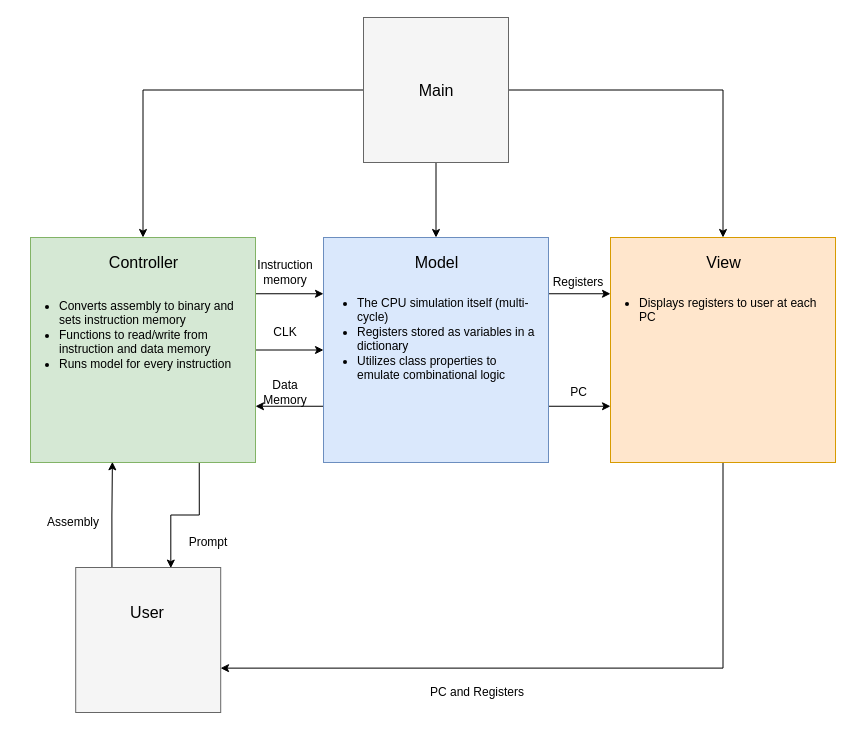
This is RISC-Vsim.drawio from thegalaxykat/RISC-V-python-simulation, a draw.io file, before an edit. Source tidied: cells renumbered, new cells numbered last; positions are measured from the earlier drawing's top-left corner, leaving out a move shared by most shapes. Both pictures are drawn from the tidied source at 100%, with x=0, y=0 at pixel (17, 17).
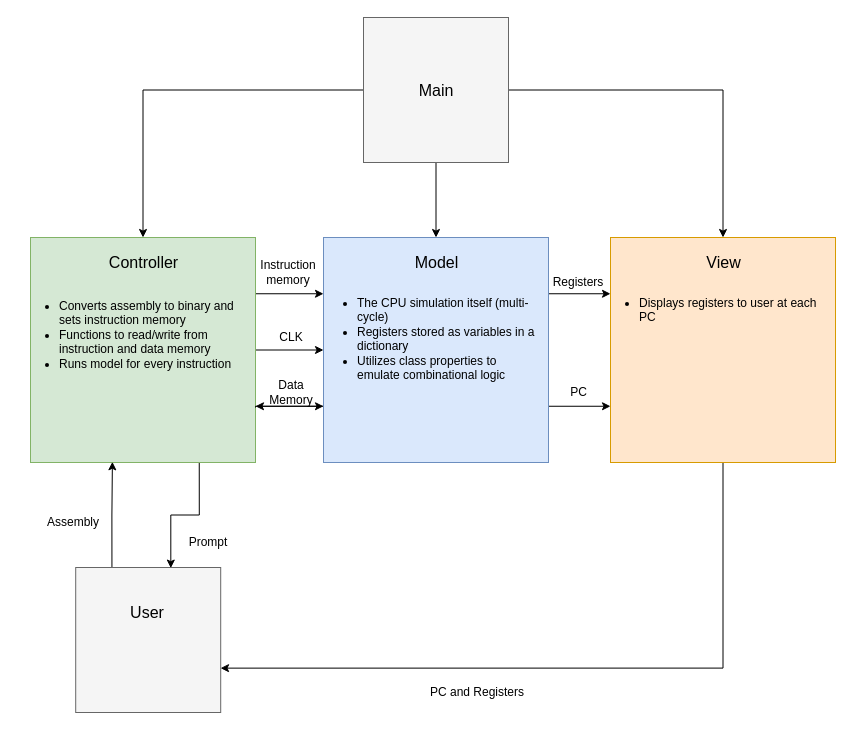
The same diagram, later.

Unchanged cells that the change refers to:
```xml
<mxCell id="5" style="whiteSpace=wrap;html=1;fillColor=#dae8fc;strokeColor=#6c8ebf;" parent="1" vertex="1">
  <mxGeometry x="306" y="220" width="225" height="225" as="geometry" />
</mxCell>
```

Change to the diagram source:
```diff
@@
     <mxCell id="28" value="&lt;div&gt;Instruction&lt;/div&gt;&lt;div&gt;memory&lt;br&gt;&lt;/div&gt;" style="text;html=1;strokeColor=none;fillColor=none;align=center;verticalAlign=middle;whiteSpace=wrap;rounded=0;strokeWidth=3;fontSize=12;" parent="1" vertex="1">
-      <mxGeometry x="238" y="240" width="60" height="30" as="geometry" />
+      <mxGeometry x="236" y="240" width="70" height="30" as="geometry" />
     </mxCell>
     <mxCell id="29" value="CLK" style="text;html=1;strokeColor=none;fillColor=none;align=center;verticalAlign=middle;whiteSpace=wrap;rounded=0;strokeWidth=3;fontSize=12;" parent="1" vertex="1">
-      <mxGeometry x="238" y="300" width="60" height="30" as="geometry" />
+      <mxGeometry x="238" y="310" width="72" height="20" as="geometry" />
     </mxCell>
+    <mxCell id="34" style="edgeStyle=orthogonalEdgeStyle;rounded=0;jettySize=auto;html=1;exitX=0;exitY=1;exitDx=0;exitDy=0;fontSize=12;entryX=0;entryY=0.75;entryDx=0;entryDy=0;" parent="1" edge="1" source="30" target="5">
+      <mxGeometry relative="1" as="geometry">
+        <Array as="points">
+          <mxPoint x="238" y="389" />
+        </Array>
+      </mxGeometry>
+    </mxCell>
     <mxCell id="30" value="Data Memory" style="text;html=1;strokeColor=none;fillColor=none;align=center;verticalAlign=middle;whiteSpace=wrap;rounded=0;strokeWidth=3;fontSize=12;" parent="1" vertex="1">
-      <mxGeometry x="238" y="360" width="60" height="30" as="geometry" />
+      <mxGeometry x="238" y="360" width="72" height="30" as="geometry" />
     </mxCell>
     <mxCell id="31" value="&lt;ul&gt;&lt;li&gt;The CPU simulation itself (multi-cycle)&lt;br&gt;&lt;/li&gt;&lt;li&gt;Registers stored as variables in a dictionary&lt;/li&gt;&lt;li&gt;Utilizes class properties to emulate combinational logic&lt;br&gt;&lt;/li&gt;&lt;/ul&gt;" style="text;html=1;strokeColor=none;fillColor=none;align=left;verticalAlign=top;whiteSpace=wrap;rounded=0;strokeWidth=3;fontSize=12;" parent="1" vertex="1">
-      <mxGeometry x="298" y="260" width="222" height="140" as="geometry" />
+      <mxGeometry x="298" y="260" width="222" height="110" as="geometry" />
     </mxCell>
```
